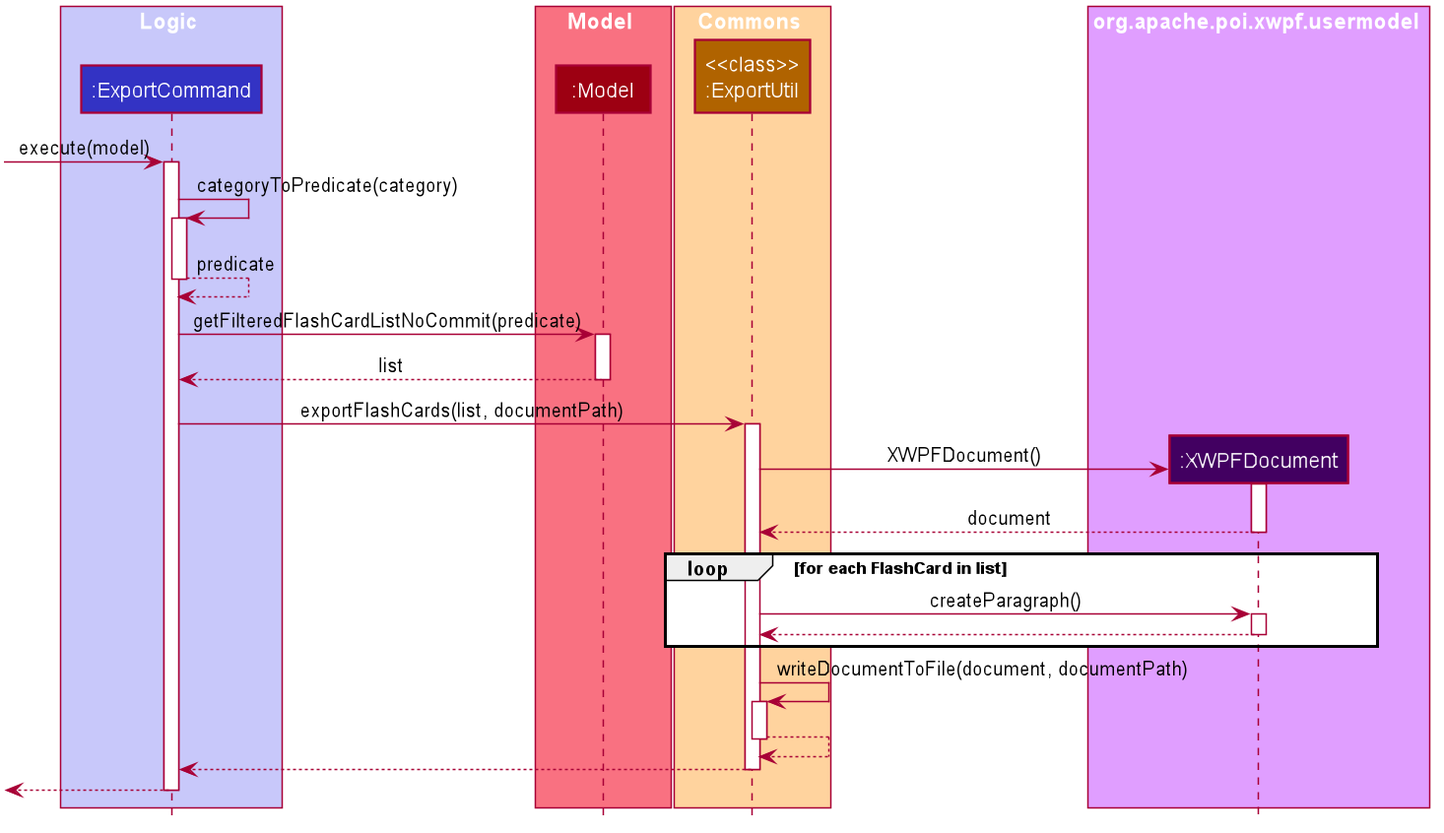
Before: docs/images/ExportSequenceDiagram.png, a diagram exported from PlantUML (nus-cs2103-AY1920S1/addressbook-level3). The source it was exported from:
```plantuml
@startuml










skinparam BackgroundColor #FFFFFFF

skinparam Shadowing false

skinparam Class {
    FontColor #FFFFFF
    BorderThickness 1
    BorderColor #FFFFFF
    StereotypeFontColor #FFFFFF
    FontName Arial
}

skinparam Actor {
    BorderColor #000000
    Color #000000
    FontName Arial
}

skinparam Sequence {
    MessageAlign center
    BoxFontSize 15
    BoxPadding 0
    BoxFontColor #FFFFFF
    FontName Arial
}

skinparam Participant {
    FontColor #FFFFFFF
    Padding 20
}

skinparam MinClassWidth 50
skinparam ParticipantPadding 10
skinparam Shadowing false
skinparam DefaultTextAlignment center
skinparam packageStyle Rectangle

hide footbox
hide members
hide circle

box Logic #C8C8FA
participant ":ExportCommand" as ExportCommand #3333C4
end box

box Model #F97181
participant ":Model" as Model #9D0012
end box

box Commons #ffd39e
participant "<<class>>\n:ExportUtil" as ExportUtil #b06300
end box

box org.apache.poi.xwpf.usermodel #e09eff
participant ":XWPFDocument" as XWPFDocument #420061
end box

[-> ExportCommand : execute(model)
activate ExportCommand

ExportCommand -> ExportCommand : categoryToPredicate(category)
activate ExportCommand
ExportCommand <-- ExportCommand : predicate
deactivate ExportCommand

ExportCommand -> Model : getFilteredFlashCardListNoCommit(predicate)
activate Model
ExportCommand <-- Model : list
deactivate Model

ExportCommand -> ExportUtil : exportFlashCards(list, documentPath)
activate ExportUtil

create XWPFDocument
ExportUtil -> XWPFDocument : XWPFDocument()
activate XWPFDocument

ExportUtil <-- XWPFDocument : document
deactivate XWPFDocument

loop for each FlashCard in list
    ExportUtil -> XWPFDocument : createParagraph()
    activate XWPFDocument

    ExportUtil <-- XWPFDocument
    deactivate XWPFDocument
end

ExportUtil -> ExportUtil : writeDocumentToFile(document, documentPath)
activate ExportUtil

ExportUtil <-- ExportUtil
deactivate ExportUtil

ExportCommand <-- ExportUtil
deactivate ExportUtil

[<--ExportCommand
deactivate ExportCommand
@enduml
```
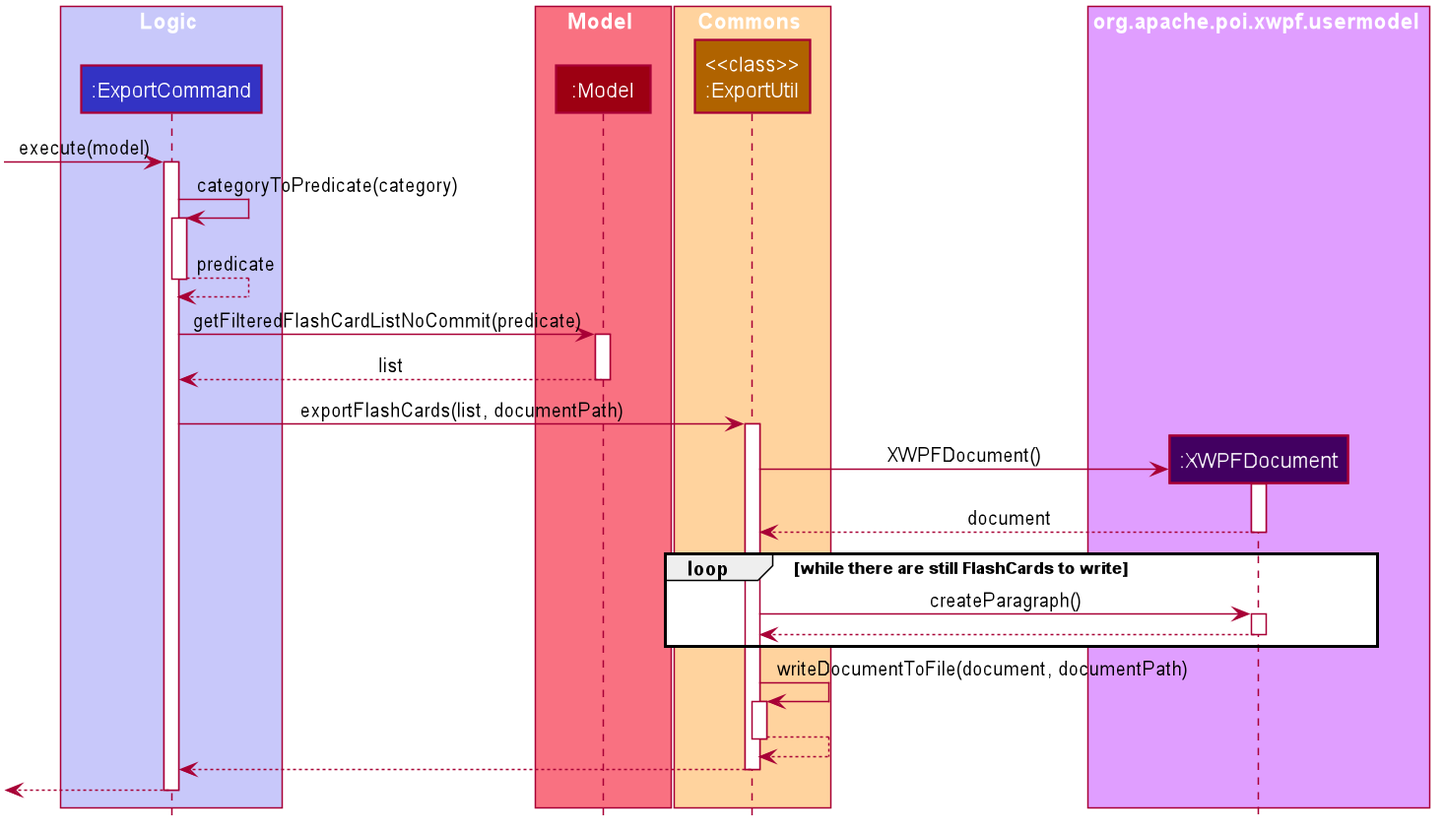
After the change.

What changed in the source:
```diff
@@ -89,7 +89,7 @@
 ExportUtil <-- XWPFDocument : document
 deactivate XWPFDocument
 
-loop for each FlashCard in list
+loop while there are still FlashCards to write
     ExportUtil -> XWPFDocument : createParagraph()
     activate XWPFDocument
 
```
